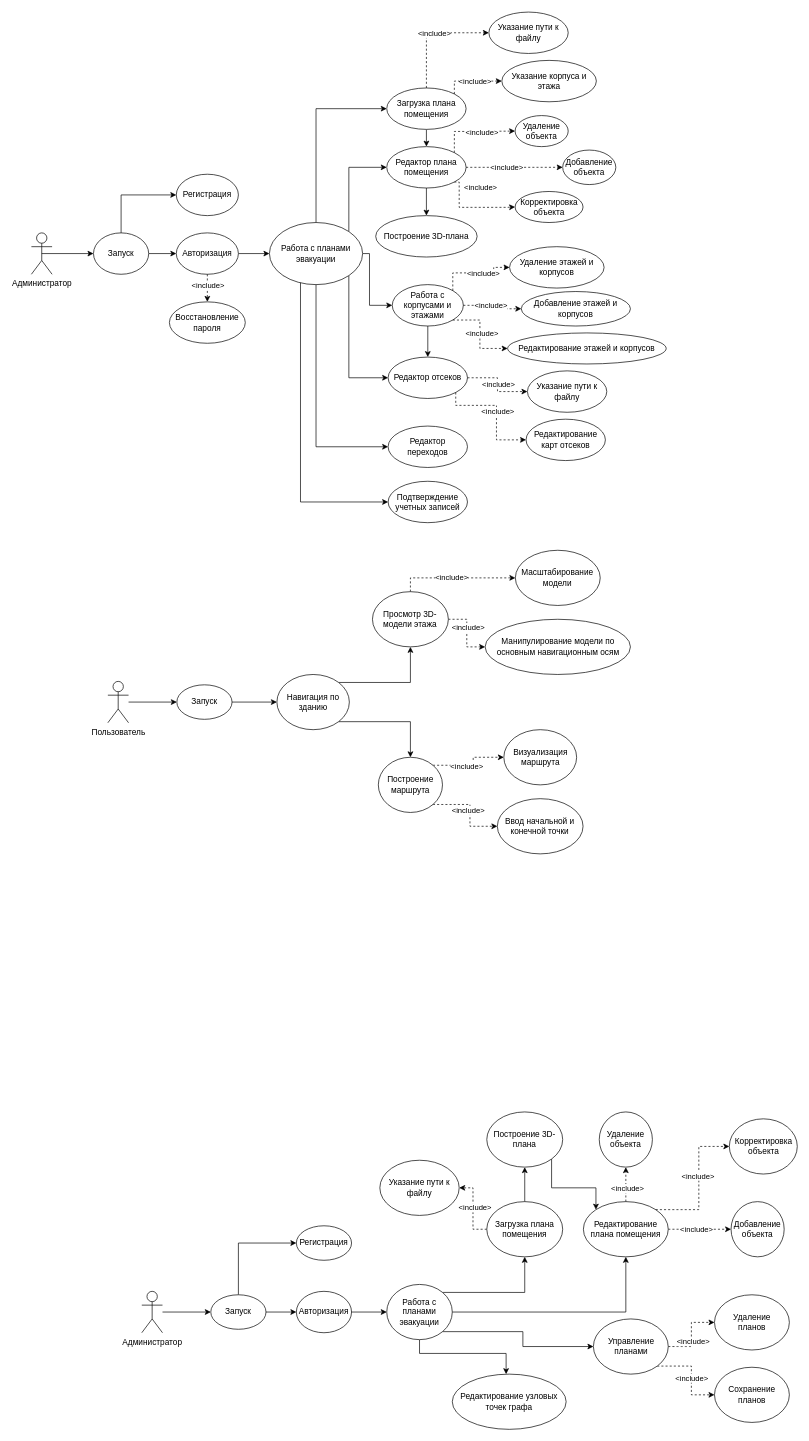
The draw.io diagram usecase.drawio in kapec2303/Diplom_pictures, before the edit. Source tidied: cells renumbered, new cells numbered last; positions are measured from the earlier drawing's top-left corner, leaving out a move shared by most shapes. Both pictures are drawn from the tidied source at 69%, with x=0, y=0 at pixel (31, 12).
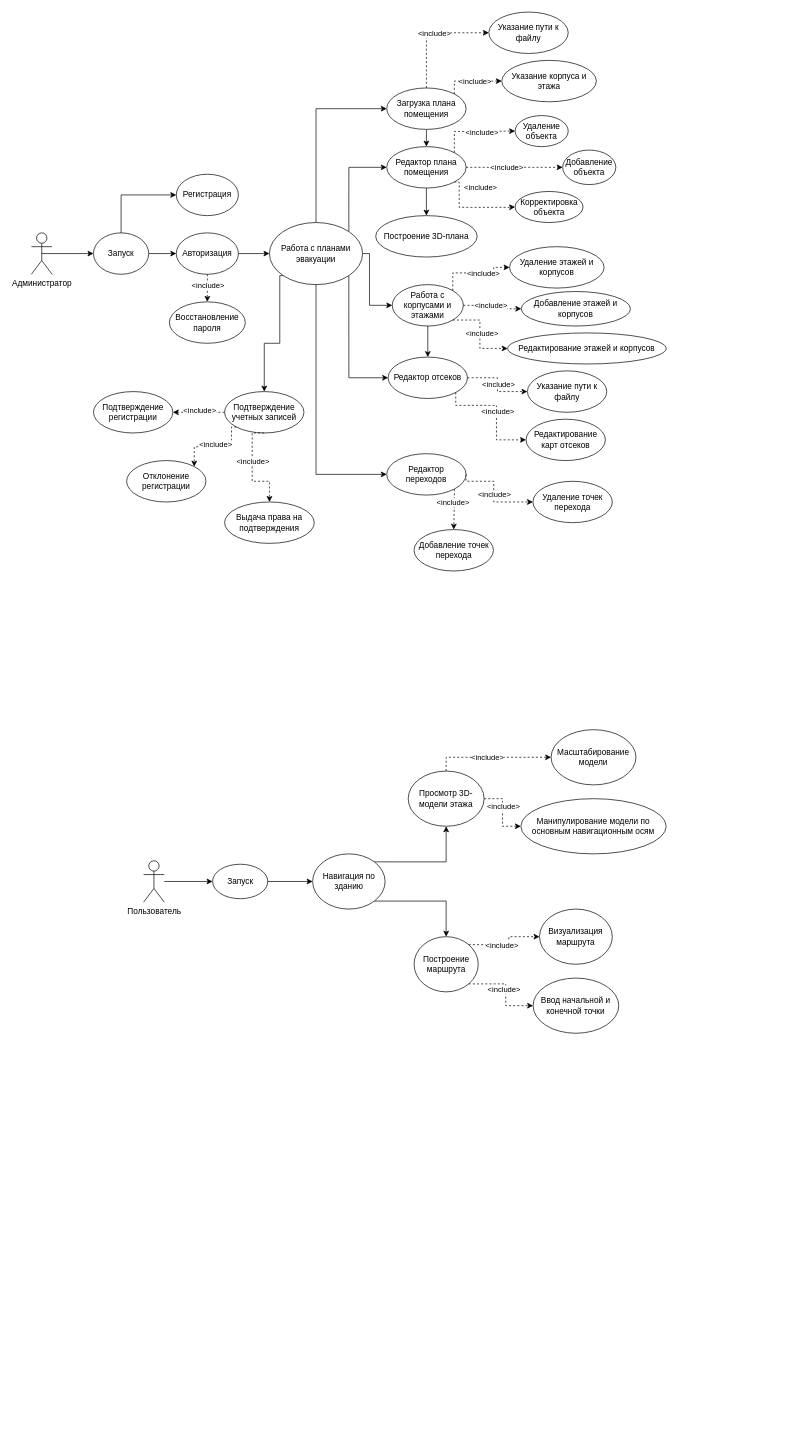
The same page after the edit.

Unchanged cells that the change refers to:
```xml
<mxCell id="78" value="Работа с планами эвакуации" style="ellipse;whiteSpace=wrap;html=1;verticalAlign=middle;" parent="1" vertex="1">
  <mxGeometry x="345" y="305" width="135" height="90" as="geometry" />
</mxCell>
```

What changed in the source:
```diff
@@
-    <mxCell id="2" style="edgeStyle=orthogonalEdgeStyle;rounded=0;jettySize=auto;html=1;" parent="1" edge="1" source="3" target="6">
-      <mxGeometry relative="1" as="geometry" />
-    </mxCell>
-    <mxCell id="3" value="Администратор" style="shape=umlActor;verticalLabelPosition=bottom;verticalAlign=top;html=1;outlineConnect=0;" parent="1" vertex="1">
-      <mxGeometry x="160" y="1854" width="30" height="60" as="geometry" />
-    </mxCell>
-    <mxCell id="4" style="edgeStyle=orthogonalEdgeStyle;rounded=0;jettySize=auto;html=1;" parent="1" edge="1" source="6" target="7">
-      <mxGeometry relative="1" as="geometry" />
-    </mxCell>
-    <mxCell id="5" style="edgeStyle=orthogonalEdgeStyle;rounded=0;jettySize=auto;html=1;" parent="1" edge="1" source="6" target="48">
-      <mxGeometry relative="1" as="geometry">
-        <Array as="points">
-          <mxPoint x="300" y="1784" />
-        </Array>
-      </mxGeometry>
-    </mxCell>
-    <mxCell id="6" value="Запуск" style="ellipse;whiteSpace=wrap;html=1;verticalAlign=middle;" parent="1" vertex="1">
-      <mxGeometry x="260" y="1859" width="80" height="50" as="geometry" />
-    </mxCell>
-    <mxCell id="7" value="Авторизация" style="ellipse;whiteSpace=wrap;html=1;verticalAlign=middle;" parent="1" vertex="1">
-      <mxGeometry x="384" y="1854" width="80" height="60" as="geometry" />
-    </mxCell>
-    <mxCell id="8" style="edgeStyle=orthogonalEdgeStyle;rounded=0;jettySize=auto;html=1;exitX=1;exitY=0.5;exitDx=0;exitDy=0;" parent="1" edge="1" source="7" target="13">
-      <mxGeometry relative="1" as="geometry" />
-    </mxCell>
-    <mxCell id="9" style="edgeStyle=orthogonalEdgeStyle;rounded=0;jettySize=auto;html=1;exitX=1;exitY=1;exitDx=0;exitDy=0;" parent="1" edge="1" source="13" target="18">
-      <mxGeometry relative="1" as="geometry" />
-    </mxCell>
-    <mxCell id="10" style="edgeStyle=orthogonalEdgeStyle;rounded=0;jettySize=auto;html=1;" parent="1" edge="1" source="13" target="19">
-      <mxGeometry relative="1" as="geometry">
-        <Array as="points">
-          <mxPoint x="563" y="1944" />
-          <mxPoint x="688" y="1944" />
-        </Array>
-      </mxGeometry>
-    </mxCell>
-    <mxCell id="11" style="edgeStyle=orthogonalEdgeStyle;rounded=0;jettySize=auto;html=1;" parent="1" edge="1" source="13" target="24">
-      <mxGeometry relative="1" as="geometry" />
-    </mxCell>
-    <mxCell id="12" style="edgeStyle=orthogonalEdgeStyle;rounded=0;jettySize=auto;html=1;exitX=1;exitY=0;exitDx=0;exitDy=0;" parent="1" edge="1" source="13" target="28">
-      <mxGeometry relative="1" as="geometry" />
-    </mxCell>
-    <mxCell id="13" value="Работа с планами эвакуации" style="ellipse;whiteSpace=wrap;html=1;verticalAlign=middle;" parent="1" vertex="1">
-      <mxGeometry x="515" y="1844" width="95" height="80" as="geometry" />
-    </mxCell>
-    <mxCell id="14" style="edgeStyle=orthogonalEdgeStyle;rounded=0;jettySize=auto;html=1;dashed=1;" parent="1" edge="1" source="18" target="49">
-      <mxGeometry relative="1" as="geometry" />
-    </mxCell>
-    <mxCell id="15" value="&amp;lt;include&amp;gt;" style="edgeLabel;html=1;align=center;verticalAlign=middle;" parent="14" vertex="1">
-      <mxGeometry x="-0.19" y="-2" relative="1" as="geometry" />
-    </mxCell>
-    <mxCell id="16" style="edgeStyle=orthogonalEdgeStyle;rounded=0;jettySize=auto;html=1;exitX=1;exitY=1;exitDx=0;exitDy=0;dashed=1;" parent="1" edge="1" source="18" target="54">
-      <mxGeometry relative="1" as="geometry" />
-    </mxCell>
-    <mxCell id="17" value="&amp;lt;include&amp;gt;" style="edgeLabel;html=1;align=center;verticalAlign=middle;" parent="16" vertex="1">
-      <mxGeometry x="0.07" relative="1" as="geometry" />
-    </mxCell>
-    <mxCell id="18" value="Управление планами" style="ellipse;whiteSpace=wrap;html=1;verticalAlign=middle;" parent="1" vertex="1">
-      <mxGeometry x="814.5" y="1894" width="108.5" height="80" as="geometry" />
-    </mxCell>
-    <mxCell id="19" value="Редактирование узловых точек графа" style="ellipse;whiteSpace=wrap;html=1;verticalAlign=middle;" parent="1" vertex="1">
-      <mxGeometry x="610" y="1974" width="165" height="80" as="geometry" />
-    </mxCell>
-    <mxCell id="20" style="edgeStyle=orthogonalEdgeStyle;rounded=0;jettySize=auto;html=1;dashed=1;entryX=0.5;entryY=1;entryDx=0;entryDy=0;" parent="1" edge="1" source="24" target="58">
-      <mxGeometry relative="1" as="geometry" />
-    </mxCell>
-    <mxCell id="21" value="&amp;lt;include&amp;gt;" style="edgeLabel;html=1;align=center;verticalAlign=middle;" parent="20" vertex="1">
-      <mxGeometry x="-0.21" y="-2" relative="1" as="geometry" />
-    </mxCell>
-    <mxCell id="22" style="edgeStyle=orthogonalEdgeStyle;rounded=0;jettySize=auto;html=1;exitX=1;exitY=0.5;exitDx=0;exitDy=0;entryX=0;entryY=0.5;entryDx=0;entryDy=0;dashed=1;" parent="1" edge="1" source="24" target="59">
-      <mxGeometry relative="1" as="geometry" />
-    </mxCell>
-    <mxCell id="23" value="&amp;lt;include&amp;gt;" style="edgeLabel;html=1;align=center;verticalAlign=middle;" parent="22" vertex="1">
-      <mxGeometry x="-0.27" relative="1" as="geometry">
-        <mxPoint x="7" as="offset" />
-      </mxGeometry>
-    </mxCell>
-    <mxCell id="24" value="Редактирование плана помещения" style="ellipse;whiteSpace=wrap;html=1;verticalAlign=middle;" parent="1" vertex="1">
-      <mxGeometry x="800" y="1724" width="123" height="80" as="geometry" />
-    </mxCell>
-    <mxCell id="25" style="edgeStyle=orthogonalEdgeStyle;rounded=0;jettySize=auto;html=1;dashed=1;exitX=0;exitY=0.5;exitDx=0;exitDy=0;" parent="1" edge="1" source="28" target="29">
-      <mxGeometry relative="1" as="geometry" />
-    </mxCell>
-    <mxCell id="26" value="&amp;lt;include&amp;gt;" style="edgeLabel;html=1;align=center;verticalAlign=middle;" parent="25" vertex="1">
-      <mxGeometry x="0.03" y="-2" relative="1" as="geometry" />
-    </mxCell>
-    <mxCell id="27" style="edgeStyle=orthogonalEdgeStyle;rounded=0;jettySize=auto;html=1;" parent="1" edge="1" source="28" target="57">
-      <mxGeometry relative="1" as="geometry" />
-    </mxCell>
-    <mxCell id="28" value="Загрузка плана помещения" style="ellipse;whiteSpace=wrap;html=1;verticalAlign=middle;" parent="1" vertex="1">
-      <mxGeometry x="660" y="1724" width="110" height="80" as="geometry" />
-    </mxCell>
-    <mxCell id="29" value="Указание пути к файлу" style="ellipse;whiteSpace=wrap;html=1;verticalAlign=middle;" parent="1" vertex="1">
-      <mxGeometry x="505" y="1664" width="115" height="80" as="geometry" />
-    </mxCell>
@@
     <mxCell id="31" value="Пользователь" style="shape=umlActor;verticalLabelPosition=bottom;verticalAlign=top;html=1;outlineConnect=0;" parent="1" vertex="1">
-      <mxGeometry x="110.8" y="970" width="30" height="60" as="geometry" />
+      <mxGeometry x="162.6" y="1230" width="30" height="60" as="geometry" />
     </mxCell>
     <mxCell id="32" value="Запуск" style="ellipse;whiteSpace=wrap;html=1;verticalAlign=middle;" parent="1" vertex="1">
-      <mxGeometry x="210.8" y="975" width="80" height="50" as="geometry" />
+      <mxGeometry x="262.6" y="1235" width="80" height="50" as="geometry" />
     </mxCell>
@@
     <mxCell id="36" value="Навигация по зданию" style="ellipse;whiteSpace=wrap;html=1;verticalAlign=middle;" parent="1" vertex="1">
-      <mxGeometry x="355.8" y="960" width="105" height="80" as="geometry" />
+      <mxGeometry x="407.6" y="1220" width="105" height="80" as="geometry" />
     </mxCell>
@@
     <mxCell id="41" value="Построение маршрута" style="ellipse;whiteSpace=wrap;html=1;verticalAlign=middle;" parent="1" vertex="1">
-      <mxGeometry x="502.8" y="1080" width="93" height="80" as="geometry" />
+      <mxGeometry x="554.6" y="1340" width="93" height="80" as="geometry" />
     </mxCell>
@@
     <mxCell id="46" value="Просмотр 3D-модели этажа" style="ellipse;whiteSpace=wrap;html=1;verticalAlign=middle;" parent="1" vertex="1">
-      <mxGeometry x="494.3" y="840" width="110" height="80" as="geometry" />
+      <mxGeometry x="546.1" y="1100" width="110" height="80" as="geometry" />
     </mxCell>
     <mxCell id="47" value="Ввод начальной и конечной точки" style="ellipse;whiteSpace=wrap;html=1;verticalAlign=middle;" parent="1" vertex="1">
-      <mxGeometry x="675.3" y="1140" width="124.2" height="80" as="geometry" />
+      <mxGeometry x="727.1" y="1400" width="124.2" height="80" as="geometry" />
     </mxCell>
-    <mxCell id="48" value="Регистрация" style="ellipse;whiteSpace=wrap;html=1;verticalAlign=middle;" parent="1" vertex="1">
-      <mxGeometry x="384" y="1759" width="80" height="50" as="geometry" />
-    </mxCell>
-    <mxCell id="49" value="Удаление&lt;div&gt;планов&lt;/div&gt;" style="ellipse;whiteSpace=wrap;html=1;verticalAlign=middle;" parent="1" vertex="1">
-      <mxGeometry x="990" y="1859" width="108.5" height="80" as="geometry" />
-    </mxCell>
     <mxCell id="50" value="Масштабирование модели" style="ellipse;whiteSpace=wrap;html=1;verticalAlign=middle;" parent="1" vertex="1">
-      <mxGeometry x="701.4" y="780" width="123" height="80" as="geometry" />
+      <mxGeometry x="753.2" y="1040" width="123" height="80" as="geometry" />
     </mxCell>
-    <mxCell id="51" style="edgeStyle=orthogonalEdgeStyle;rounded=0;jettySize=auto;html=1;dashed=1;exitX=1;exitY=0;exitDx=0;exitDy=0;entryX=0;entryY=0.5;entryDx=0;entryDy=0;" parent="1" edge="1" source="24" target="55">
-      <mxGeometry relative="1" as="geometry" />
-    </mxCell>
-    <mxCell id="52" value="&amp;lt;include&amp;gt;" style="edgeLabel;html=1;align=center;verticalAlign=middle;" parent="51" vertex="1">
-      <mxGeometry x="0.13" y="2" relative="1" as="geometry" />
-    </mxCell>
     <mxCell id="53" value="Манипулирование модели по основным навигационным осям" style="ellipse;whiteSpace=wrap;html=1;verticalAlign=middle;" parent="1" vertex="1">
-      <mxGeometry x="657.6" y="880" width="210.6" height="80" as="geometry" />
+      <mxGeometry x="709.4" y="1140" width="210.6" height="80" as="geometry" />
     </mxCell>
-    <mxCell id="54" value="Сохранение планов" style="ellipse;whiteSpace=wrap;html=1;verticalAlign=middle;" parent="1" vertex="1">
-      <mxGeometry x="990" y="1964" width="108.5" height="80" as="geometry" />
-    </mxCell>
-    <mxCell id="55" value="Корректировка объекта" style="ellipse;whiteSpace=wrap;html=1;verticalAlign=middle;" parent="1" vertex="1">
-      <mxGeometry x="1011.5" y="1604" width="98.5" height="80" as="geometry" />
-    </mxCell>
-    <mxCell id="56" style="edgeStyle=orthogonalEdgeStyle;rounded=0;jettySize=auto;html=1;exitX=1;exitY=1;exitDx=0;exitDy=0;entryX=0;entryY=0;entryDx=0;entryDy=0;" parent="1" edge="1" source="57" target="24">
-      <mxGeometry relative="1" as="geometry">
-        <Array as="points">
-          <mxPoint x="754" y="1704" />
-          <mxPoint x="818" y="1704" />
-        </Array>
-      </mxGeometry>
-    </mxCell>
-    <mxCell id="57" value="Построение 3D-плана" style="ellipse;whiteSpace=wrap;html=1;verticalAlign=middle;" parent="1" vertex="1">
-      <mxGeometry x="660" y="1594" width="110" height="80" as="geometry" />
-    </mxCell>
-    <mxCell id="58" value="Удаление объекта" style="ellipse;whiteSpace=wrap;html=1;verticalAlign=middle;" parent="1" vertex="1">
-      <mxGeometry x="823" y="1594" width="77" height="80" as="geometry" />
-    </mxCell>
-    <mxCell id="59" value="Добавление объекта" style="ellipse;whiteSpace=wrap;html=1;verticalAlign=middle;" parent="1" vertex="1">
-      <mxGeometry x="1014" y="1724" width="77" height="80" as="geometry" />
-    </mxCell>
     <mxCell id="60" value="Визуализация маршрута" style="ellipse;whiteSpace=wrap;html=1;verticalAlign=middle;" parent="1" vertex="1">
-      <mxGeometry x="684.7" y="1040" width="105.5" height="80" as="geometry" />
+      <mxGeometry x="736.4" y="1300" width="105.5" height="80" as="geometry" />
     </mxCell>
@@
-    <mxCell id="77" style="edgeStyle=orthogonalEdgeStyle;rounded=0;jettySize=auto;html=1;exitX=0;exitY=1;exitDx=0;exitDy=0;entryX=0;entryY=0.5;entryDx=0;entryDy=0;" parent="1" edge="1" source="78" target="87">
+    <mxCell id="77" style="edgeStyle=orthogonalEdgeStyle;rounded=0;jettySize=auto;html=1;exitX=0;exitY=1;exitDx=0;exitDy=0;entryX=0.5;entryY=0;entryDx=0;entryDy=0;" parent="1" edge="1" source="78" target="87">
       <mxGeometry relative="1" as="geometry">
         <Array as="points">
-          <mxPoint x="390" y="382" />
-          <mxPoint x="390" y="710" />
+          <mxPoint x="360" y="382" />
+          <mxPoint x="360" y="480" />
+          <mxPoint x="338" y="480" />
         </Array>
       </mxGeometry>
     </mxCell>
@@
     <mxCell id="86" value="Редактор переходов" style="ellipse;whiteSpace=wrap;html=1;verticalAlign=middle;" parent="1" vertex="1">
-      <mxGeometry x="517" y="600" width="115" height="60" as="geometry" />
+      <mxGeometry x="515" y="640" width="115" height="60" as="geometry" />
     </mxCell>
     <mxCell id="87" value="Подтверждение учетных записей" style="ellipse;whiteSpace=wrap;html=1;verticalAlign=middle;" parent="1" vertex="1">
-      <mxGeometry x="517" y="680" width="115" height="60" as="geometry" />
+      <mxGeometry x="280" y="550" width="115" height="60" as="geometry" />
     </mxCell>
@@
+    <mxCell id="119" style="edgeStyle=orthogonalEdgeStyle;rounded=0;jettySize=auto;html=1;dashed=1;exitX=1;exitY=1;exitDx=0;exitDy=0;entryX=0.5;entryY=0;entryDx=0;entryDy=0;" parent="1" edge="1" source="86" target="121">
+      <mxGeometry relative="1" as="geometry">
+        <Array as="points">
+          <mxPoint x="613" y="710" />
+          <mxPoint x="612" y="710" />
+        </Array>
+      </mxGeometry>
+    </mxCell>
+    <mxCell id="120" value="&amp;lt;include&amp;gt;" style="edgeLabel;html=1;align=center;verticalAlign=middle;" parent="119" vertex="1">
+      <mxGeometry x="0.03" y="-2" relative="1" as="geometry">
+        <mxPoint y="-11" as="offset" />
+      </mxGeometry>
+    </mxCell>
+    <mxCell id="121" value="Добавление точек перехода" style="ellipse;whiteSpace=wrap;html=1;verticalAlign=middle;" parent="1" vertex="1">
+      <mxGeometry x="554.6" y="750" width="115" height="60" as="geometry" />
+    </mxCell>
+    <mxCell id="122" value="Подтверждение регистрации" style="ellipse;whiteSpace=wrap;html=1;verticalAlign=middle;" parent="1" vertex="1">
+      <mxGeometry x="90" y="550" width="115" height="60" as="geometry" />
+    </mxCell>
+    <mxCell id="123" style="edgeStyle=orthogonalEdgeStyle;rounded=0;jettySize=auto;html=1;dashed=1;exitX=1;exitY=0.5;exitDx=0;exitDy=0;entryX=0;entryY=0.5;entryDx=0;entryDy=0;" parent="1" edge="1" source="86" target="125">
+      <mxGeometry relative="1" as="geometry">
+        <Array as="points">
+          <mxPoint x="630" y="680" />
+          <mxPoint x="670" y="680" />
+          <mxPoint x="670" y="710" />
+        </Array>
+      </mxGeometry>
+    </mxCell>
+    <mxCell id="124" value="&amp;lt;include&amp;gt;" style="edgeLabel;html=1;align=center;verticalAlign=middle;" parent="123" vertex="1">
+      <mxGeometry x="0.03" y="-2" relative="1" as="geometry">
+        <mxPoint x="2" y="-2" as="offset" />
+      </mxGeometry>
+    </mxCell>
+    <mxCell id="125" value="Удаление точек перехода" style="ellipse;whiteSpace=wrap;html=1;verticalAlign=middle;" parent="1" vertex="1">
+      <mxGeometry x="726.9" y="680" width="115" height="60" as="geometry" />
+    </mxCell>
+    <mxCell id="126" value="Отклонение регистрации" style="ellipse;whiteSpace=wrap;html=1;verticalAlign=middle;" parent="1" vertex="1">
+      <mxGeometry x="138" y="650" width="115" height="60" as="geometry" />
+    </mxCell>
+    <mxCell id="127" value="Выдача права на подтверждения" style="ellipse;whiteSpace=wrap;html=1;verticalAlign=middle;" parent="1" vertex="1">
+      <mxGeometry x="280" y="710" width="130" height="60" as="geometry" />
+    </mxCell>
+    <mxCell id="128" style="edgeStyle=orthogonalEdgeStyle;rounded=0;jettySize=auto;html=1;dashed=1;exitX=0;exitY=0.5;exitDx=0;exitDy=0;entryX=1;entryY=0.5;entryDx=0;entryDy=0;" parent="1" edge="1" source="87" target="122">
+      <mxGeometry relative="1" as="geometry">
+        <Array as="points">
+          <mxPoint x="230" y="580" />
+          <mxPoint x="230" y="580" />
+        </Array>
+      </mxGeometry>
+    </mxCell>
+    <mxCell id="129" value="&amp;lt;include&amp;gt;" style="edgeLabel;html=1;align=center;verticalAlign=middle;" parent="128" vertex="1">
+      <mxGeometry x="0.03" y="-2" relative="1" as="geometry">
+        <mxPoint x="2" y="-2" as="offset" />
+      </mxGeometry>
+    </mxCell>
+    <mxCell id="130" style="edgeStyle=orthogonalEdgeStyle;rounded=0;jettySize=auto;html=1;dashed=1;exitX=0;exitY=1;exitDx=0;exitDy=0;entryX=1;entryY=0;entryDx=0;entryDy=0;" parent="1" edge="1" source="87" target="126">
+      <mxGeometry relative="1" as="geometry">
+        <Array as="points">
+          <mxPoint x="290" y="601" />
+          <mxPoint x="290" y="630" />
+          <mxPoint x="236" y="630" />
+        </Array>
+      </mxGeometry>
+    </mxCell>
+    <mxCell id="131" value="&amp;lt;include&amp;gt;" style="edgeLabel;html=1;align=center;verticalAlign=middle;" parent="130" vertex="1">
+      <mxGeometry x="0.03" y="-2" relative="1" as="geometry">
+        <mxPoint x="2" y="-2" as="offset" />
+      </mxGeometry>
+    </mxCell>
+    <mxCell id="132" style="edgeStyle=orthogonalEdgeStyle;rounded=0;jettySize=auto;html=1;dashed=1;exitX=0.5;exitY=1;exitDx=0;exitDy=0;entryX=0.5;entryY=0;entryDx=0;entryDy=0;" parent="1" edge="1" source="87" target="127">
+      <mxGeometry relative="1" as="geometry">
+        <Array as="points">
+          <mxPoint x="320" y="610" />
+          <mxPoint x="320" y="680" />
+          <mxPoint x="345" y="680" />
+        </Array>
+      </mxGeometry>
+    </mxCell>
+    <mxCell id="133" value="&amp;lt;include&amp;gt;" style="edgeLabel;html=1;align=center;verticalAlign=middle;" parent="132" vertex="1">
+      <mxGeometry x="0.03" y="-2" relative="1" as="geometry">
+        <mxPoint x="2" y="-15" as="offset" />
+      </mxGeometry>
+    </mxCell>
```
